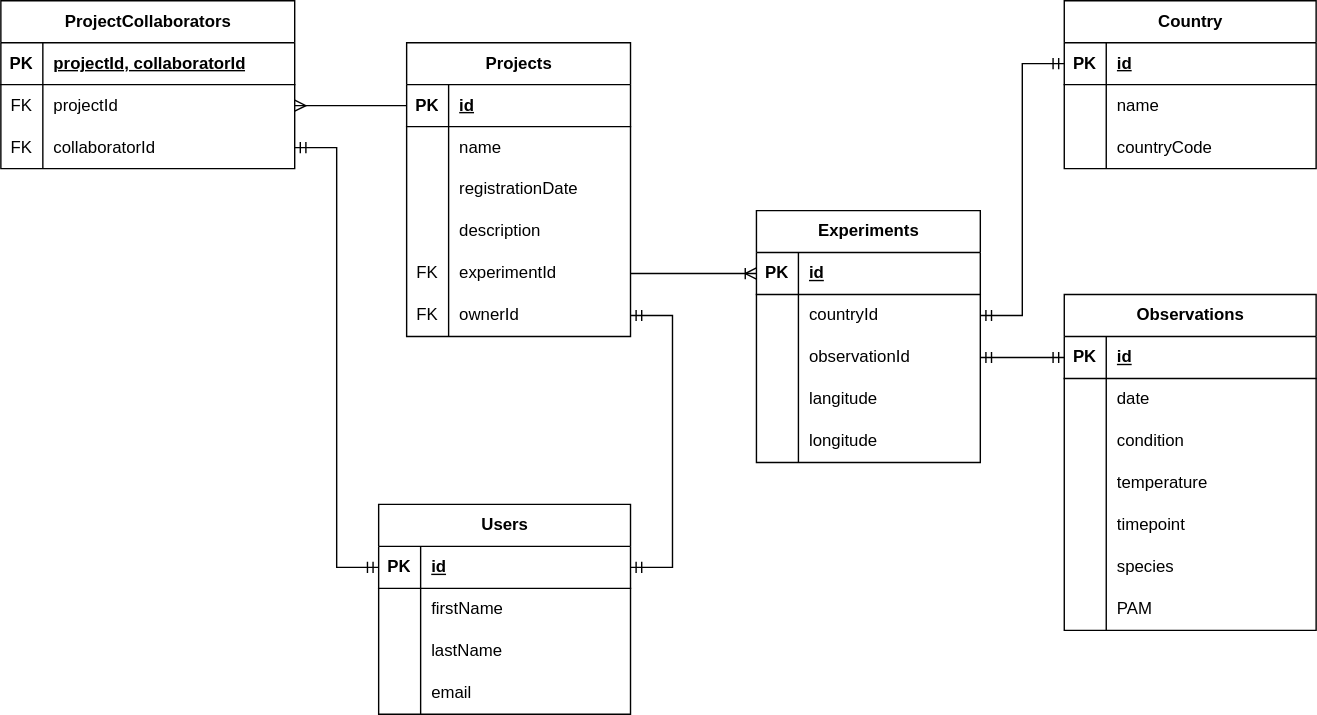
This is db_schema.drawio.svg from greenjune-ship-it/coral-future, a draw.io export, as it was before one commit. Source tidied: cells renumbered, new cells last; positions are measured from the earlier drawing's top-left corner, leaving out a move shared by most shapes.
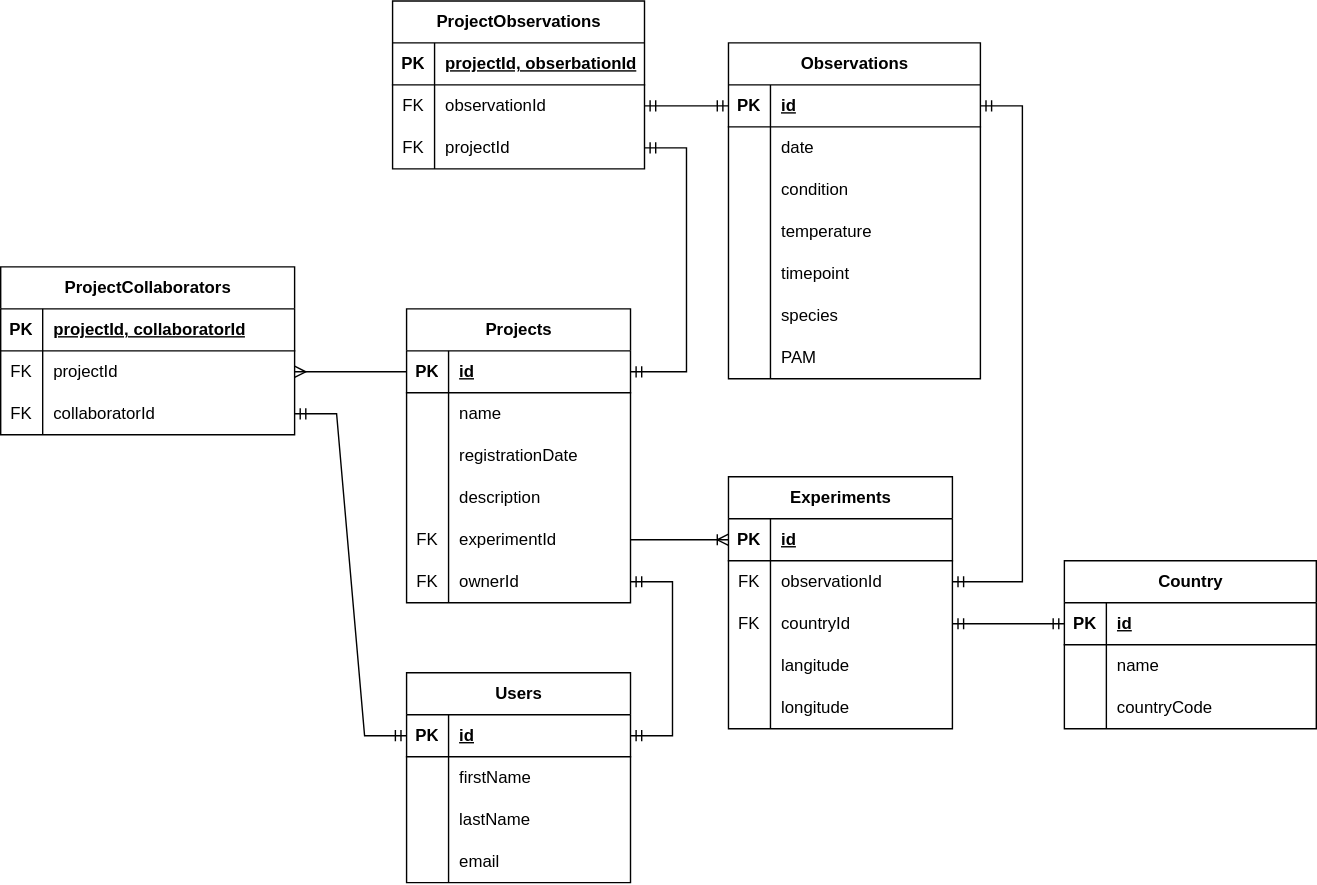
The same diagram one commit later.

Diff of the diagram source:
```diff
@@ -3,43 +3,43 @@
     <mxCell id="0" />
     <mxCell id="1" parent="0" />
     <mxCell id="2" value="Users" style="shape=table;startSize=30;rowLines=0;fontStyle=1;align=center;html=1;flipH=1;" parent="1" vertex="1">
-      <mxGeometry x="270" y="360" width="180" height="150" as="geometry" />
+      <mxGeometry x="290" y="290" width="160" height="150" as="geometry" />
     </mxCell>
     <mxCell id="3" style="shape=tableRow;horizontal=0;startSize=0;swimlaneHead=0;swimlaneBody=0;fillColor=none;points=[[0,0.5],[1,0.5]];portConstraint=eastwest;top=0;left=0;right=0;bottom=1;" parent="2" vertex="1">
-      <mxGeometry y="30" width="180" height="30" as="geometry" />
+      <mxGeometry y="30" width="160" height="30" as="geometry" />
     </mxCell>
     <mxCell id="4" value="PK" style="shape=partialRectangle;fillColor=none;top=0;left=0;bottom=0;right=0;fontStyle=1;overflow=hidden;whiteSpace=wrap;html=1;" parent="3" vertex="1">
       <mxGeometry width="30" height="30" as="geometry" />
     </mxCell>
     <mxCell id="5" value="id" style="shape=partialRectangle;fillColor=none;top=0;left=0;bottom=0;right=0;align=left;spacingLeft=6;fontStyle=5;overflow=hidden;whiteSpace=wrap;html=1;" parent="3" vertex="1">
-      <mxGeometry x="30" width="150" height="30" as="geometry" />
+      <mxGeometry x="30" width="130" height="30" as="geometry" />
     </mxCell>
     <mxCell id="6" style="shape=tableRow;horizontal=0;startSize=0;swimlaneHead=0;swimlaneBody=0;fillColor=none;top=0;left=0;right=0;bottom=0;" parent="2" vertex="1">
-      <mxGeometry y="60" width="180" height="30" as="geometry" />
+      <mxGeometry y="60" width="160" height="30" as="geometry" />
     </mxCell>
     <mxCell id="7" style="shape=partialRectangle;fillColor=none;top=0;left=0;bottom=0;right=0;overflow=hidden;whiteSpace=wrap;html=1;" parent="6" vertex="1">
       <mxGeometry width="30" height="30" as="geometry" />
     </mxCell>
     <mxCell id="8" value="firstName" style="shape=partialRectangle;fillColor=none;top=0;left=0;bottom=0;right=0;align=left;spacingLeft=6;overflow=hidden;whiteSpace=wrap;html=1;" parent="6" vertex="1">
-      <mxGeometry x="30" width="150" height="30" as="geometry" />
+      <mxGeometry x="30" width="130" height="30" as="geometry" />
     </mxCell>
     <mxCell id="9" style="shape=tableRow;horizontal=0;startSize=0;swimlaneHead=0;swimlaneBody=0;fillColor=none;top=0;left=0;right=0;bottom=0;" parent="2" vertex="1">
-      <mxGeometry y="90" width="180" height="30" as="geometry" />
+      <mxGeometry y="90" width="160" height="30" as="geometry" />
     </mxCell>
     <mxCell id="10" style="shape=partialRectangle;fillColor=none;top=0;left=0;bottom=0;right=0;overflow=hidden;whiteSpace=wrap;html=1;" parent="9" vertex="1">
       <mxGeometry width="30" height="30" as="geometry" />
     </mxCell>
     <mxCell id="11" value="lastName" style="shape=partialRectangle;fillColor=none;top=0;left=0;bottom=0;right=0;align=left;spacingLeft=6;overflow=hidden;whiteSpace=wrap;html=1;" parent="9" vertex="1">
-      <mxGeometry x="30" width="150" height="30" as="geometry" />
+      <mxGeometry x="30" width="130" height="30" as="geometry" />
     </mxCell>
     <mxCell id="12" style="shape=tableRow;horizontal=0;startSize=0;swimlaneHead=0;swimlaneBody=0;fillColor=none;top=0;left=0;right=0;bottom=0;" parent="2" vertex="1">
-      <mxGeometry y="120" width="180" height="30" as="geometry" />
+      <mxGeometry y="120" width="160" height="30" as="geometry" />
     </mxCell>
     <mxCell id="13" style="shape=partialRectangle;fillColor=none;top=0;left=0;bottom=0;right=0;overflow=hidden;whiteSpace=wrap;html=1;" parent="12" vertex="1">
       <mxGeometry width="30" height="30" as="geometry" />
     </mxCell>
     <mxCell id="14" value="email" style="shape=partialRectangle;fillColor=none;top=0;left=0;bottom=0;right=0;align=left;spacingLeft=6;overflow=hidden;whiteSpace=wrap;html=1;" parent="12" vertex="1">
-      <mxGeometry x="30" width="150" height="30" as="geometry" />
+      <mxGeometry x="30" width="130" height="30" as="geometry" />
     </mxCell>
     <mxCell id="15" value="Projects" style="shape=table;startSize=30;rowLines=0;fontStyle=1;align=center;html=1;flipH=1;" parent="1" vertex="1">
       <mxGeometry x="290" y="30" width="160" height="210" as="geometry" />
@@ -99,7 +99,7 @@
       <mxGeometry x="30" width="130" height="30" as="geometry" />
     </mxCell>
     <mxCell id="34" value="Experiments" style="shape=table;startSize=30;rowLines=0;fontStyle=1;align=center;html=1;flipH=1;" parent="1" vertex="1">
-      <mxGeometry x="540" y="150" width="160" height="180" as="geometry" />
+      <mxGeometry x="520" y="150" width="160" height="180" as="geometry" />
     </mxCell>
     <mxCell id="35" style="shape=tableRow;horizontal=0;startSize=0;swimlaneHead=0;swimlaneBody=0;fillColor=none;points=[[0,0.5],[1,0.5]];portConstraint=eastwest;top=0;left=0;right=0;bottom=1;" parent="34" vertex="1">
       <mxGeometry y="30" width="160" height="30" as="geometry" />
@@ -110,24 +110,24 @@
     <mxCell id="37" value="id" style="shape=partialRectangle;fillColor=none;top=0;left=0;bottom=0;right=0;align=left;spacingLeft=6;fontStyle=5;overflow=hidden;whiteSpace=wrap;html=1;" parent="35" vertex="1">
       <mxGeometry x="30" width="130" height="30" as="geometry" />
     </mxCell>
+    <mxCell id="41" style="shape=tableRow;horizontal=0;startSize=0;swimlaneHead=0;swimlaneBody=0;fillColor=none;points=[[0,0.5],[1,0.5]];portConstraint=eastwest;top=0;left=0;right=0;bottom=0;" parent="34" vertex="1">
+      <mxGeometry y="60" width="160" height="30" as="geometry" />
+    </mxCell>
+    <mxCell id="42" value="FK" style="shape=partialRectangle;fillColor=none;top=0;left=0;bottom=0;right=0;overflow=hidden;whiteSpace=wrap;html=1;" parent="41" vertex="1">
+      <mxGeometry width="30" height="30" as="geometry" />
+    </mxCell>
+    <mxCell id="43" value="observationId" style="shape=partialRectangle;fillColor=none;top=0;left=0;bottom=0;right=0;align=left;spacingLeft=6;overflow=hidden;whiteSpace=wrap;html=1;" parent="41" vertex="1">
+      <mxGeometry x="30" width="130" height="30" as="geometry" />
+    </mxCell>
     <mxCell id="38" style="shape=tableRow;horizontal=0;startSize=0;swimlaneHead=0;swimlaneBody=0;fillColor=none;points=[[0,0.5],[1,0.5]];portConstraint=eastwest;top=0;left=0;right=0;bottom=0;" parent="34" vertex="1">
-      <mxGeometry y="60" width="160" height="30" as="geometry" />
+      <mxGeometry y="90" width="160" height="30" as="geometry" />
     </mxCell>
-    <mxCell id="39" style="shape=partialRectangle;fillColor=none;top=0;left=0;bottom=0;right=0;overflow=hidden;whiteSpace=wrap;html=1;" parent="38" vertex="1">
+    <mxCell id="39" value="FK" style="shape=partialRectangle;fillColor=none;top=0;left=0;bottom=0;right=0;overflow=hidden;whiteSpace=wrap;html=1;" parent="38" vertex="1">
       <mxGeometry width="30" height="30" as="geometry" />
     </mxCell>
     <mxCell id="40" value="countryId" style="shape=partialRectangle;fillColor=none;top=0;left=0;bottom=0;right=0;align=left;spacingLeft=6;overflow=hidden;whiteSpace=wrap;html=1;" parent="38" vertex="1">
       <mxGeometry x="30" width="130" height="30" as="geometry" />
     </mxCell>
-    <mxCell id="41" style="shape=tableRow;horizontal=0;startSize=0;swimlaneHead=0;swimlaneBody=0;fillColor=none;points=[[0,0.5],[1,0.5]];portConstraint=eastwest;top=0;left=0;right=0;bottom=0;" parent="34" vertex="1">
-      <mxGeometry y="90" width="160" height="30" as="geometry" />
-    </mxCell>
-    <mxCell id="42" style="shape=partialRectangle;fillColor=none;top=0;left=0;bottom=0;right=0;overflow=hidden;whiteSpace=wrap;html=1;" parent="41" vertex="1">
-      <mxGeometry width="30" height="30" as="geometry" />
-    </mxCell>
-    <mxCell id="43" value="observationId" style="shape=partialRectangle;fillColor=none;top=0;left=0;bottom=0;right=0;align=left;spacingLeft=6;overflow=hidden;whiteSpace=wrap;html=1;" parent="41" vertex="1">
-      <mxGeometry x="30" width="130" height="30" as="geometry" />
-    </mxCell>
     <mxCell id="44" style="shape=tableRow;horizontal=0;startSize=0;swimlaneHead=0;swimlaneBody=0;fillColor=none;top=0;left=0;right=0;bottom=0;" parent="34" vertex="1">
       <mxGeometry y="120" width="160" height="30" as="geometry" />
     </mxCell>
@@ -154,7 +154,7 @@
       </mxGeometry>
     </mxCell>
     <mxCell id="51" value="Observations" style="shape=table;startSize=30;rowLines=0;fontStyle=1;align=center;html=1;flipH=1;" parent="1" vertex="1">
-      <mxGeometry x="760" y="210" width="180" height="240" as="geometry" />
+      <mxGeometry x="520" y="-160" width="180" height="240" as="geometry" />
     </mxCell>
     <mxCell id="52" style="shape=tableRow;horizontal=0;startSize=0;swimlaneHead=0;swimlaneBody=0;fillColor=none;points=[[0,0.5],[1,0.5]];portConstraint=eastwest;top=0;left=0;right=0;bottom=1;" parent="51" vertex="1">
       <mxGeometry y="30" width="180" height="30" as="geometry" />
@@ -226,7 +226,7 @@
       <mxGeometry relative="1" as="geometry" />
     </mxCell>
     <mxCell id="75" value="Country" style="shape=table;startSize=30;rowLines=0;fontStyle=1;align=center;html=1;flipH=1;" parent="1" vertex="1">
-      <mxGeometry x="760" width="180" height="120" as="geometry" />
+      <mxGeometry x="760" y="210" width="180" height="120" as="geometry" />
     </mxCell>
     <mxCell id="76" style="shape=tableRow;horizontal=0;startSize=0;swimlaneHead=0;swimlaneBody=0;fillColor=none;points=[[0,0.5],[1,0.5]];portConstraint=eastwest;top=0;left=0;right=0;bottom=1;" parent="75" vertex="1">
       <mxGeometry y="30" width="180" height="30" as="geometry" />
@@ -294,5 +294,41 @@
     <mxCell id="97" style="edgeStyle=entityRelationEdgeStyle;fontSize=12;html=1;endArrow=ERmandOne;startArrow=ERmandOne;rounded=0;" parent="1" edge="1" source="3" target="93">
       <mxGeometry relative="1" as="geometry" />
     </mxCell>
+    <mxCell id="98" value="ProjectObservations" style="shape=table;startSize=30;rowLines=0;fontStyle=1;align=center;html=1;" parent="1" vertex="1">
+      <mxGeometry x="280" y="-190" width="180" height="120" as="geometry" />
+    </mxCell>
+    <mxCell id="99" style="shape=tableRow;horizontal=0;startSize=0;swimlaneHead=0;swimlaneBody=0;fillColor=none;top=0;left=0;right=0;bottom=1;" parent="98" vertex="1">
+      <mxGeometry y="30" width="180" height="30" as="geometry" />
+    </mxCell>
+    <mxCell id="100" value="PK" style="shape=partialRectangle;fillColor=none;top=0;left=0;bottom=0;right=0;fontStyle=1;overflow=hidden;whiteSpace=wrap;html=1;" parent="99" vertex="1">
+      <mxGeometry width="30" height="30" as="geometry" />
+    </mxCell>
+    <mxCell id="101" value="projectId, obserbationId" style="shape=partialRectangle;fillColor=none;top=0;left=0;bottom=0;right=0;align=left;spacingLeft=6;fontStyle=5;overflow=hidden;whiteSpace=wrap;html=1;" parent="99" vertex="1">
+      <mxGeometry x="30" width="150" height="30" as="geometry" />
+    </mxCell>
+    <mxCell id="102" style="shape=tableRow;horizontal=0;startSize=0;swimlaneHead=0;swimlaneBody=0;fillColor=none;points=[[0,0.5],[1,0.5]];portConstraint=eastwest;top=0;left=0;right=0;bottom=0;" parent="98" vertex="1">
+      <mxGeometry y="60" width="180" height="30" as="geometry" />
+    </mxCell>
+    <mxCell id="103" value="FK" style="shape=partialRectangle;fillColor=none;top=0;left=0;bottom=0;right=0;overflow=hidden;whiteSpace=wrap;html=1;" parent="102" vertex="1">
+      <mxGeometry width="30" height="30" as="geometry" />
+    </mxCell>
+    <mxCell id="104" value="observationId" style="shape=partialRectangle;fillColor=none;top=0;left=0;bottom=0;right=0;align=left;spacingLeft=6;overflow=hidden;whiteSpace=wrap;html=1;" parent="102" vertex="1">
+      <mxGeometry x="30" width="150" height="30" as="geometry" />
+    </mxCell>
+    <mxCell id="105" style="shape=tableRow;horizontal=0;startSize=0;swimlaneHead=0;swimlaneBody=0;fillColor=none;points=[[0,0.5],[1,0.5]];portConstraint=eastwest;top=0;left=0;right=0;bottom=0;" parent="98" vertex="1">
+      <mxGeometry y="90" width="180" height="30" as="geometry" />
+    </mxCell>
+    <mxCell id="106" value="FK" style="shape=partialRectangle;fillColor=none;top=0;left=0;bottom=0;right=0;overflow=hidden;whiteSpace=wrap;html=1;" parent="105" vertex="1">
+      <mxGeometry width="30" height="30" as="geometry" />
+    </mxCell>
+    <mxCell id="107" value="projectId" style="shape=partialRectangle;fillColor=none;top=0;left=0;bottom=0;right=0;align=left;spacingLeft=6;overflow=hidden;whiteSpace=wrap;html=1;" parent="105" vertex="1">
+      <mxGeometry x="30" width="150" height="30" as="geometry" />
+    </mxCell>
+    <mxCell id="108" style="edgeStyle=entityRelationEdgeStyle;fontSize=12;html=1;endArrow=ERmandOne;startArrow=ERmandOne;rounded=0;" parent="1" edge="1" source="105" target="16">
+      <mxGeometry relative="1" as="geometry" />
+    </mxCell>
+    <mxCell id="109" style="edgeStyle=entityRelationEdgeStyle;fontSize=12;html=1;endArrow=ERmandOne;startArrow=ERmandOne;rounded=0;" parent="1" edge="1" source="102" target="52">
+      <mxGeometry relative="1" as="geometry" />
+    </mxCell>
   </root>
 </mxGraphModel>
```
